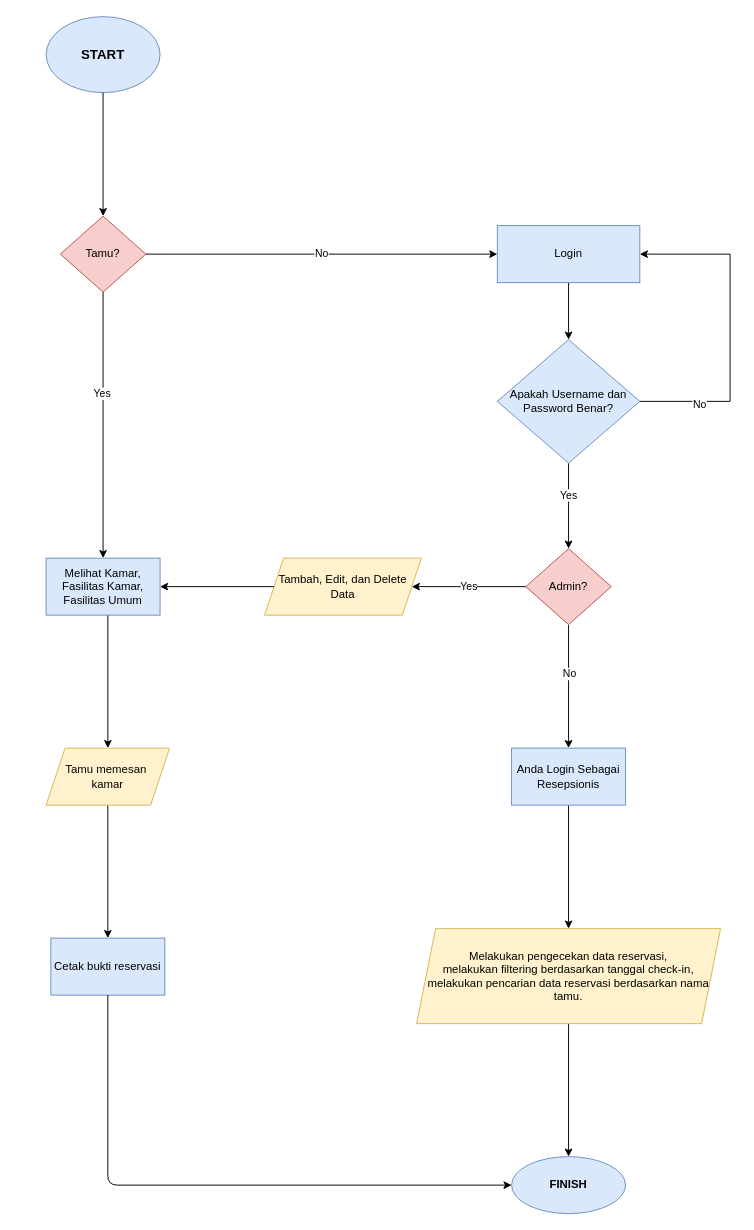
The draw.io diagram page "FC" (2 of 2) of ERD FLOWCHART.drawio in Jars31/Ukom_p2, before the edit. Source tidied: cells renumbered, new cells numbered last; positions are measured from the earlier drawing's top-left corner, leaving out a move shared by most shapes. Both pictures are drawn from the tidied source at 95%, with x=0, y=0 at pixel (46, 16).
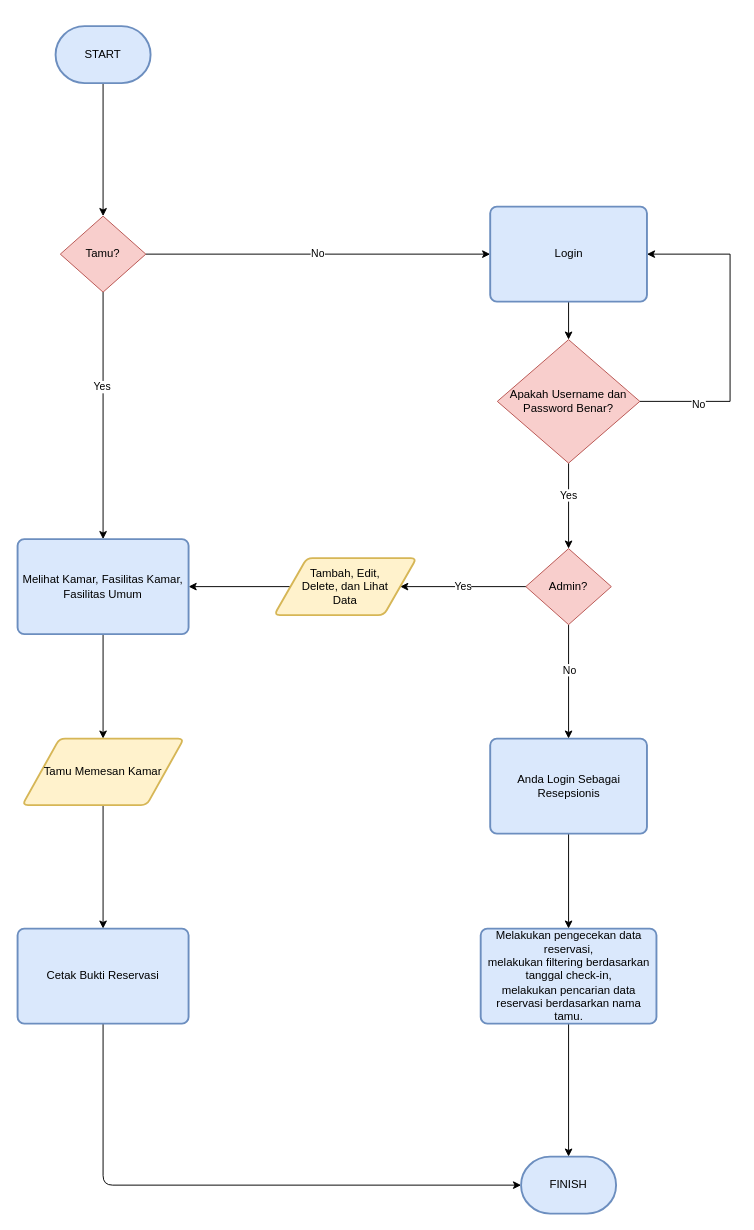
Above is the later version.

The change refers to these unchanged cells:
```xml
<mxCell id="12" value="Tamu?" style="rhombus;whiteSpace=wrap;html=1;fillColor=#f8cecc;strokeColor=#b85450;" parent="1" vertex="1">
  <mxGeometry x="15" y="210" width="90" height="80" as="geometry" />
</mxCell>
<mxCell id="21" value="Admin?" style="rhombus;whiteSpace=wrap;html=1;fillColor=#f8cecc;strokeColor=#b85450;" parent="1" vertex="1">
  <mxGeometry x="505" y="560" width="90" height="80" as="geometry" />
</mxCell>
```

The edit, as a diff of the source:
```diff
@@
-    <mxCell id="2" value="&lt;font style=&quot;font-size: 14px&quot;&gt;&lt;b&gt;START&lt;/b&gt;&lt;/font&gt;" style="ellipse;whiteSpace=wrap;html=1;fillColor=#dae8fc;strokeColor=#6c8ebf;" parent="1" vertex="1">
-      <mxGeometry width="120" height="80" as="geometry" />
-    </mxCell>
-    <mxCell id="3" style="edgeStyle=orthogonalEdgeStyle;rounded=0;jettySize=auto;html=1;exitX=0.542;exitY=1;exitDx=0;exitDy=0;exitPerimeter=0;" parent="1" edge="1" source="24" target="6">
+    <mxCell id="3" style="edgeStyle=orthogonalEdgeStyle;rounded=0;jettySize=auto;html=1;exitX=0.5;exitY=1;exitDx=0;exitDy=0;entryX=0.5;entryY=0;entryDx=0;entryDy=0;" parent="1" edge="1" source="24" target="32">
       <mxGeometry relative="1" as="geometry" />
     </mxCell>
-    <mxCell id="4" value="Tambah, Edit, dan Delete Data" style="shape=parallelogram;perimeter=parallelogramPerimeter;whiteSpace=wrap;html=1;fixedSize=1;fillColor=#fff2cc;strokeColor=#d6b656;" parent="1" vertex="1">
-      <mxGeometry x="230" y="570" width="165" height="60" as="geometry" />
-    </mxCell>
-    <mxCell id="5" style="edgeStyle=orthogonalEdgeStyle;rounded=0;jettySize=auto;html=1;" parent="1" edge="1" source="6" target="7">
+    <mxCell id="5" style="edgeStyle=orthogonalEdgeStyle;rounded=0;jettySize=auto;html=1;exitX=0.5;exitY=1;exitDx=0;exitDy=0;entryX=0.5;entryY=0;entryDx=0;entryDy=0;" parent="1" edge="1" source="32" target="33">
       <mxGeometry relative="1" as="geometry" />
     </mxCell>
-    <mxCell id="6" value="Tamu memesan&amp;nbsp;&lt;br&gt;kamar" style="shape=parallelogram;perimeter=parallelogramPerimeter;whiteSpace=wrap;html=1;fixedSize=1;fillColor=#fff2cc;strokeColor=#d6b656;" parent="1" vertex="1">
-      <mxGeometry y="770" width="130" height="60" as="geometry" />
-    </mxCell>
-    <mxCell id="7" value="Cetak bukti reservasi" style="whiteSpace=wrap;html=1;fillColor=#dae8fc;strokeColor=#6c8ebf;" parent="1" vertex="1">
-      <mxGeometry x="5" y="970" width="120" height="60" as="geometry" />
-    </mxCell>
-    <mxCell id="8" style="edgeStyle=orthogonalEdgeStyle;rounded=0;jettySize=auto;html=1;" parent="1" edge="1" source="9" target="11">
+    <mxCell id="8" style="edgeStyle=orthogonalEdgeStyle;rounded=0;jettySize=auto;html=1;entryX=0.5;entryY=0;entryDx=0;entryDy=0;entryPerimeter=0;exitX=0.5;exitY=1;exitDx=0;exitDy=0;" parent="1" edge="1" source="9" target="11">
       <mxGeometry relative="1" as="geometry" />
     </mxCell>
-    <mxCell id="9" value="Melakukan pengecekan data reservasi,&lt;br&gt;melakukan filtering berdasarkan tanggal check-in,&lt;br&gt;melakukan pencarian data reservasi berdasarkan nama tamu.&lt;br&gt;" style="shape=parallelogram;perimeter=parallelogramPerimeter;whiteSpace=wrap;html=1;fixedSize=1;fillColor=#fff2cc;strokeColor=#d6b656;" parent="1" vertex="1">
-      <mxGeometry x="390" y="960" width="320" height="100" as="geometry" />
-    </mxCell>
-    <mxCell id="10" style="endArrow=classic;html=1;exitX=0.5;exitY=1;exitDx=0;exitDy=0;" parent="1" edge="1" source="7" target="11">
+    <mxCell id="10" style="endArrow=classic;html=1;exitX=0.5;exitY=1;exitDx=0;exitDy=0;entryX=0;entryY=0.5;entryDx=0;entryDy=0;entryPerimeter=0;" parent="1" edge="1" source="33" target="11">
       <mxGeometry relative="1" as="geometry">
         <Array as="points">
-          <mxPoint x="65" y="1230" />
+          <mxPoint x="60" y="1230" />
         </Array>
       </mxGeometry>
     </mxCell>
-    <mxCell id="11" value="&lt;b&gt;FINISH&lt;/b&gt;" style="ellipse;whiteSpace=wrap;html=1;fillColor=#dae8fc;strokeColor=#6c8ebf;" parent="1" vertex="1">
-      <mxGeometry x="490" y="1200" width="120" height="60" as="geometry" />
-    </mxCell>
@@
-    <mxCell id="13" style="endArrow=classic;html=1;rounded=0;entryX=0.5;entryY=0;entryDx=0;entryDy=0;exitX=0.5;exitY=1;exitDx=0;exitDy=0;" parent="1" edge="1" source="2" target="12">
+    <mxCell id="13" style="endArrow=classic;html=1;rounded=0;entryX=0.5;entryY=0;entryDx=0;entryDy=0;exitX=0.5;exitY=1;exitDx=0;exitDy=0;exitPerimeter=0;" parent="1" edge="1" source="2" target="12">
       <mxGeometry relative="1" as="geometry" />
     </mxCell>
@@
-    <mxCell id="16" style="edgeStyle=orthogonalEdgeStyle;rounded=0;jettySize=auto;html=1;" parent="1" edge="1" source="17" target="28">
+    <mxCell id="16" style="edgeStyle=orthogonalEdgeStyle;rounded=0;jettySize=auto;html=1;exitX=0.5;exitY=1;exitDx=0;exitDy=0;" parent="1" edge="1" source="17" target="28">
       <mxGeometry relative="1" as="geometry" />
     </mxCell>
-    <mxCell id="17" value="Login" style="rounded=0;whiteSpace=wrap;html=1;fillColor=#dae8fc;strokeColor=#6c8ebf;" parent="1" vertex="1">
-      <mxGeometry x="475" y="220" width="150" height="60" as="geometry" />
-    </mxCell>
@@
-    <mxCell id="22" value="Yes" style="endArrow=classic;html=1;rounded=0;entryX=1;entryY=0.5;entryDx=0;entryDy=0;" parent="1" edge="1" source="21" target="4">
+    <mxCell id="22" value="Yes" style="endArrow=classic;html=1;rounded=0;entryX=1;entryY=0.5;entryDx=0;entryDy=0;" parent="1" edge="1" source="21" target="34">
       <mxGeometry relative="1" as="geometry" />
     </mxCell>
-    <mxCell id="23" style="endArrow=classic;html=1;rounded=0;entryX=1;entryY=0.5;entryDx=0;entryDy=0;exitX=0;exitY=0.5;exitDx=0;exitDy=0;" parent="1" edge="1" source="4" target="24">
+    <mxCell id="23" style="endArrow=classic;html=1;rounded=0;exitX=0;exitY=0.5;exitDx=0;exitDy=0;entryX=1;entryY=0.5;entryDx=0;entryDy=0;" parent="1" edge="1" source="34" target="24">
       <mxGeometry relative="1" as="geometry" />
     </mxCell>
-    <mxCell id="24" value="&lt;span style=&quot;font-weight: normal;&quot;&gt;Melihat Kamar, Fasilitas Kamar, Fasilitas Umum&lt;br&gt;&lt;/span&gt;" style="rounded=0;whiteSpace=wrap;html=1;fontStyle=1;fillColor=#dae8fc;strokeColor=#6c8ebf;" parent="1" vertex="1">
-      <mxGeometry y="570" width="120" height="60" as="geometry" />
-    </mxCell>
@@
-    <mxCell id="28" value="Apakah Username dan Password Benar?" style="rhombus;whiteSpace=wrap;html=1;fillColor=#dae8fc;strokeColor=#6c8ebf;rounded=0;" parent="1" vertex="1">
+    <mxCell id="28" value="Apakah Username dan Password Benar?" style="rhombus;whiteSpace=wrap;html=1;fillColor=#f8cecc;strokeColor=#b85450;rounded=0;" parent="1" vertex="1">
       <mxGeometry x="475" y="340" width="150" height="130" as="geometry" />
     </mxCell>
@@
+    <mxCell id="2" value="START" style="strokeWidth=2;html=1;shape=mxgraph.flowchart.terminator;whiteSpace=wrap;fillColor=#dae8fc;strokeColor=#6c8ebf;" parent="1" vertex="1">
+      <mxGeometry x="10" y="10" width="100" height="60" as="geometry" />
+    </mxCell>
+    <mxCell id="11" value="FINISH" style="strokeWidth=2;html=1;shape=mxgraph.flowchart.terminator;whiteSpace=wrap;fillColor=#dae8fc;strokeColor=#6c8ebf;" parent="1" vertex="1">
+      <mxGeometry x="500" y="1200" width="100" height="60" as="geometry" />
+    </mxCell>
+    <mxCell id="9" value="Melakukan pengecekan data reservasi,&lt;br style=&quot;border-color: var(--border-color);&quot;&gt;melakukan filtering berdasarkan tanggal check-in,&lt;br style=&quot;border-color: var(--border-color);&quot;&gt;melakukan pencarian data reservasi berdasarkan nama tamu." style="rounded=1;whiteSpace=wrap;html=1;absoluteArcSize=1;arcSize=14;strokeWidth=2;fillColor=#dae8fc;strokeColor=#6c8ebf;" parent="1" vertex="1">
+      <mxGeometry x="457.5" y="960" width="185" height="100" as="geometry" />
+    </mxCell>
-    <mxCell id="31" value="Anda Login Sebagai Resepsionis" style="rounded=0;whiteSpace=wrap;html=1;fillColor=#dae8fc;strokeColor=#6c8ebf;" parent="1" vertex="1">
-      <mxGeometry x="490" y="770" width="120" height="60" as="geometry" />
+    <mxCell id="31" value="Anda Login Sebagai Resepsionis" style="rounded=1;whiteSpace=wrap;html=1;absoluteArcSize=1;arcSize=14;strokeWidth=2;fillColor=#dae8fc;strokeColor=#6c8ebf;" parent="1" vertex="1">
+      <mxGeometry x="467.5" y="760" width="165" height="100" as="geometry" />
     </mxCell>
+    <mxCell id="32" value="Tamu Memesan Kamar" style="shape=parallelogram;html=1;strokeWidth=2;perimeter=parallelogramPerimeter;whiteSpace=wrap;rounded=1;arcSize=12;size=0.23;fillColor=#fff2cc;strokeColor=#d6b656;" parent="1" vertex="1">
+      <mxGeometry x="-25" y="760" width="170" height="70" as="geometry" />
+    </mxCell>
+    <mxCell id="33" value="Cetak Bukti Reservasi" style="rounded=1;whiteSpace=wrap;html=1;absoluteArcSize=1;arcSize=14;strokeWidth=2;fillColor=#dae8fc;strokeColor=#6c8ebf;" parent="1" vertex="1">
+      <mxGeometry x="-30" y="960" width="180" height="100" as="geometry" />
+    </mxCell>
+    <mxCell id="17" value="Login" style="rounded=1;whiteSpace=wrap;html=1;absoluteArcSize=1;arcSize=14;strokeWidth=2;fillColor=#dae8fc;strokeColor=#6c8ebf;" parent="1" vertex="1">
+      <mxGeometry x="467.5" y="200" width="165" height="100" as="geometry" />
+    </mxCell>
+    <mxCell id="34" value="Tambah, Edit,&lt;br&gt;Delete, dan Lihat&lt;br&gt;Data" style="shape=parallelogram;html=1;strokeWidth=2;perimeter=parallelogramPerimeter;whiteSpace=wrap;rounded=1;arcSize=12;size=0.23;fillColor=#fff2cc;strokeColor=#d6b656;" parent="1" vertex="1">
+      <mxGeometry x="240" y="570" width="150" height="60" as="geometry" />
+    </mxCell>
+    <mxCell id="24" value="Melihat Kamar, Fasilitas Kamar, Fasilitas Umum" style="rounded=1;whiteSpace=wrap;html=1;absoluteArcSize=1;arcSize=14;strokeWidth=2;fillColor=#dae8fc;strokeColor=#6c8ebf;" parent="1" vertex="1">
+      <mxGeometry x="-30" y="550" width="180" height="100" as="geometry" />
+    </mxCell>
```
